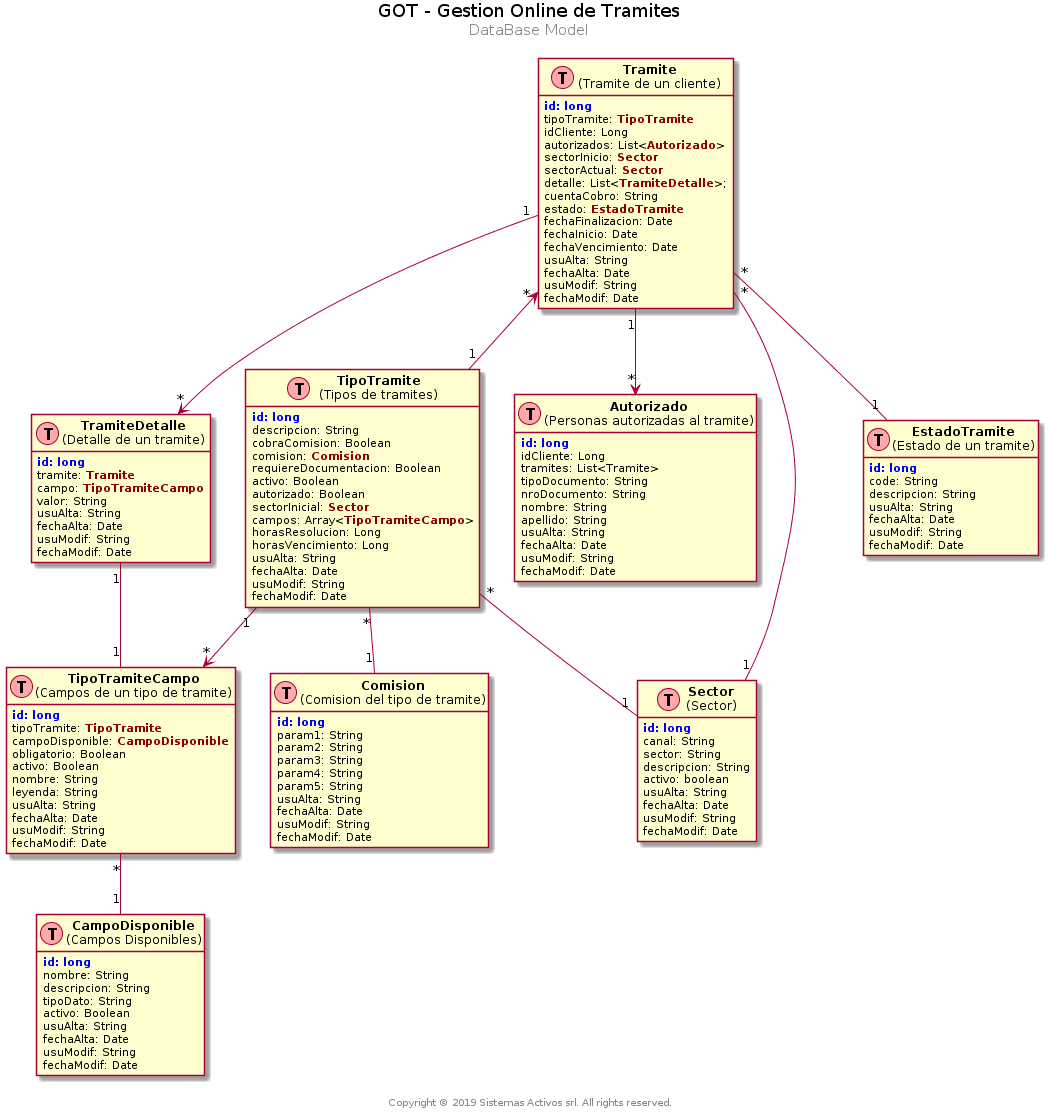
Before: docs/diagrams/database/der.png, a diagram exported from PlantUML (jmuseri/got).
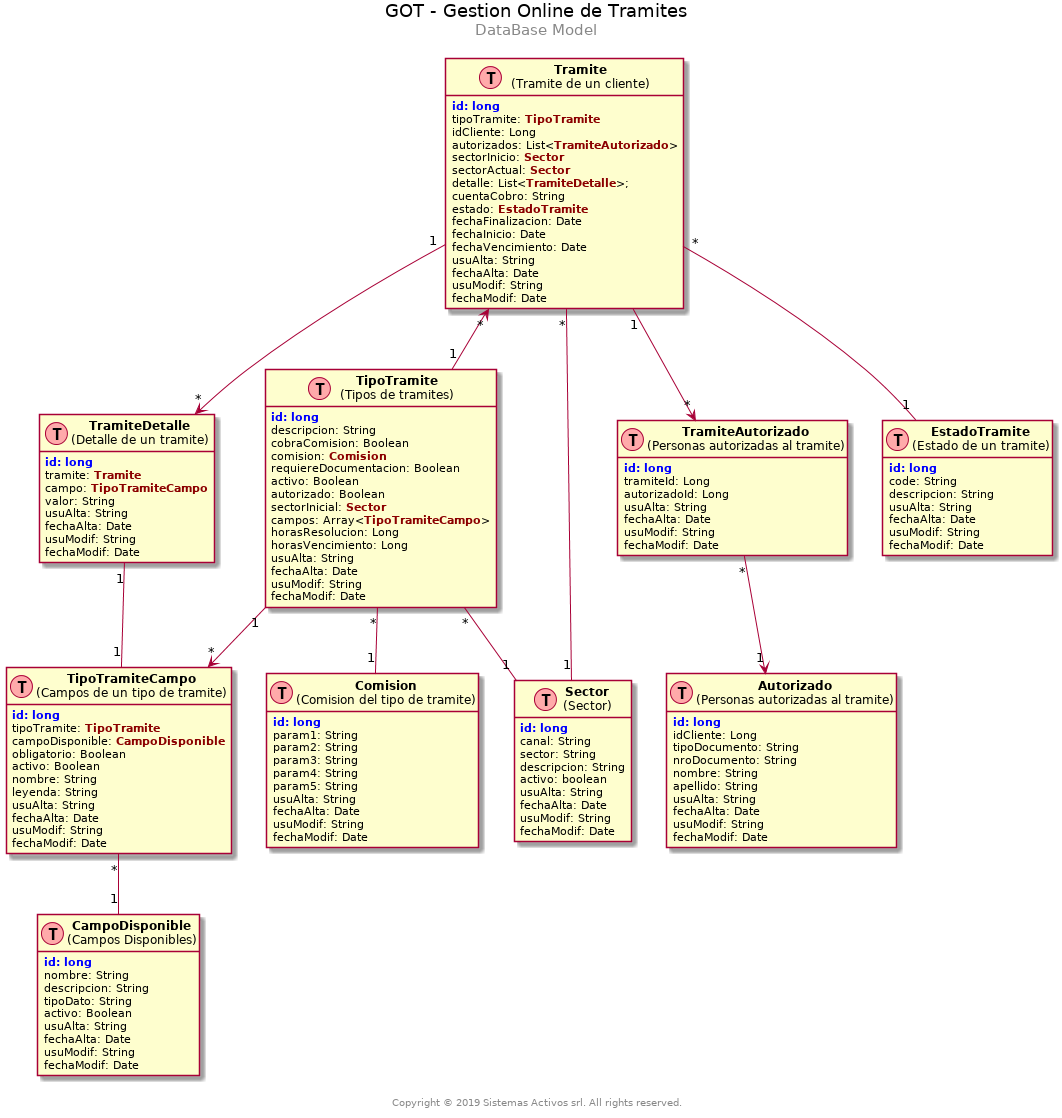
The same diagram one commit later.

What changed in the source:
```diff
@@ -24,7 +24,7 @@
 <b><color:blue>id:</color></b> <b><color:blue>long</color></b>
 tipoTramite: <b><color:darkred>TipoTramite</color></b>
 idCliente: Long
-autorizados: List<<b><color:darkred>Autorizado</color></b>>
+autorizados: List<<b><color:darkred>TramiteAutorizado</color></b>>
 sectorInicio: <b><color:darkred>Sector</color></b>
 sectorActual: <b><color:darkred>Sector</color></b>
 detalle: List<<b><color:darkred>TramiteDetalle</color></b>>;
@@ -94,10 +94,19 @@
 fechaModif: Date
 }
 
+class TramiteAutorizado as "<b>TramiteAutorizado</b>\n(Personas autorizadas al tramite)" << (T,#FFAAAA) >> {
+<b><color:blue>id:</color></b> <b><color:blue>long</color></b>
+tramiteId: Long
+autorizadoId: Long
+usuAlta: String
+fechaAlta: Date
+usuModif: String
+fechaModif: Date
+}
+
 class Autorizado as "<b>Autorizado</b>\n(Personas autorizadas al tramite)" << (T,#FFAAAA) >> {
 <b><color:blue>id:</color></b> <b><color:blue>long</color></b>
 idCliente: Long
-tramites: List<Tramite>
 tipoDocumento: String
 nroDocumento: String
 nombre: String
@@ -147,8 +156,10 @@
 Tramite "*" <-- "1" TipoTramite
 Tramite "*" -- "1" Sector
 Tramite "*" -- "1" EstadoTramite
-Tramite "1" --> "*" Autorizado
 Tramite "1" --> "*" TramiteDetalle
+Tramite "1" --> "*" TramiteAutorizado
+TramiteAutorizado "*" --> "1" Autorizado
+
 
 TipoTramite "*" -- "1" Comision
 TipoTramite "*" -- "1" Sector
```
